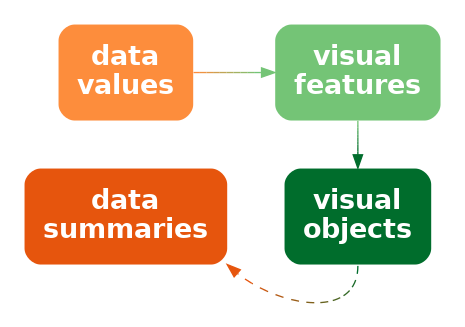
This is Diagrams/data-vis-obj.png from pmur002/hdvw, a Graphviz export, as it was before one commit. Its source is kept beside it as Diagrams/data-vis-obj.dot.
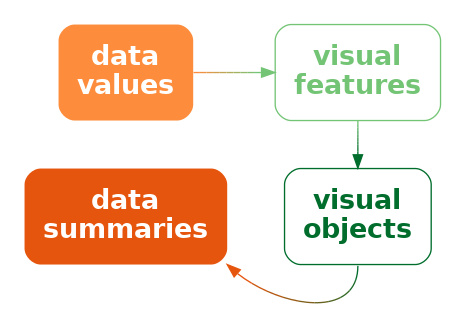
The same diagram one commit later.

The edit, as a diff of the source:
```diff
@@ -4,12 +4,12 @@
   data [ label="data\nvalues"; shape=box; style="filled, rounded"; penwidth=0; fontcolor=white; fillcolor="#FD8D3C" ]
   stat [ label="data\nsummaries"; shape=box; style="filled, rounded"; penwidth=0; fontcolor=white; fillcolor="#E6550D" ]
   vis [ label="visual\nfeatures"; shape=box;
-     style="filled, rounded"; penwidth=0; fontcolor=white; fillcolor="#74C476" ]
+     style="rounded"; color="#74C476"; fontcolor="#74C476" ]
   obj [ label="visual\nobjects"; shape=box;
-     style="filled, rounded"; penwidth=0; fontcolor=white; fillcolor="#006D2C" ]
-  data -> vis [ color="#FD8D3C;0.1:#EE9342;0.1:#DF9949;0.1:#CF9F4F;0.1:#C0A556;0.1:#B1AC5C;0.1:#A2B263;0.1:#92B869;0.1:#83BE70;0.1:#74C476;0.1" ]
-  vis -> obj [ color="#74C476;0.1:#67BA6E;0.1:#5AB166;0.1:#4DA75D;0.1:#409D55;0.1:#34944D;0.1:#278A45;0.1:#1A803C;0.1:#0D7734;0.1:#006D2C;0.1" ]
-  obj:s -> stat:se [ style="dashed", color="#006D2C;0.1:#1A6A29;0.1:#336825;0.1:#4D6522;0.1:#66621E;0.1:#80601B;0.1:#995D17;0.1:#B35A14;0.1:#CC5810;0.1:#E6550D;0.1" ]
+     style="rounded"; color="#006D2C"; fontcolor="#006D2C" ]
+  data -> vis [ style="bold"; penwidth=1; color="#FD8D3C;0.1:#EE9342;0.1:#DF9949;0.1:#CF9F4F;0.1:#C0A556;0.1:#B1AC5C;0.1:#A2B263;0.1:#92B869;0.1:#83BE70;0.1:#74C476;0.1" ]
+  vis -> obj [ style="solid", color="#74C476;0.1:#67BA6E;0.1:#5AB166;0.1:#4DA75D;0.1:#409D55;0.1:#34944D;0.1:#278A45;0.1:#1A803C;0.1:#0D7734;0.1:#006D2C;0.1" ]
+  obj:s -> stat:se [ style="solid", color="#006D2C;0.1:#1A6A29;0.1:#336825;0.1:#4D6522;0.1:#66621E;0.1:#80601B;0.1:#995D17;0.1:#B35A14;0.1:#CC5810;0.1:#E6550D;0.1" ]
 { rank=same; data, stat }
 { rank=same; vis, obj }
 }
```
